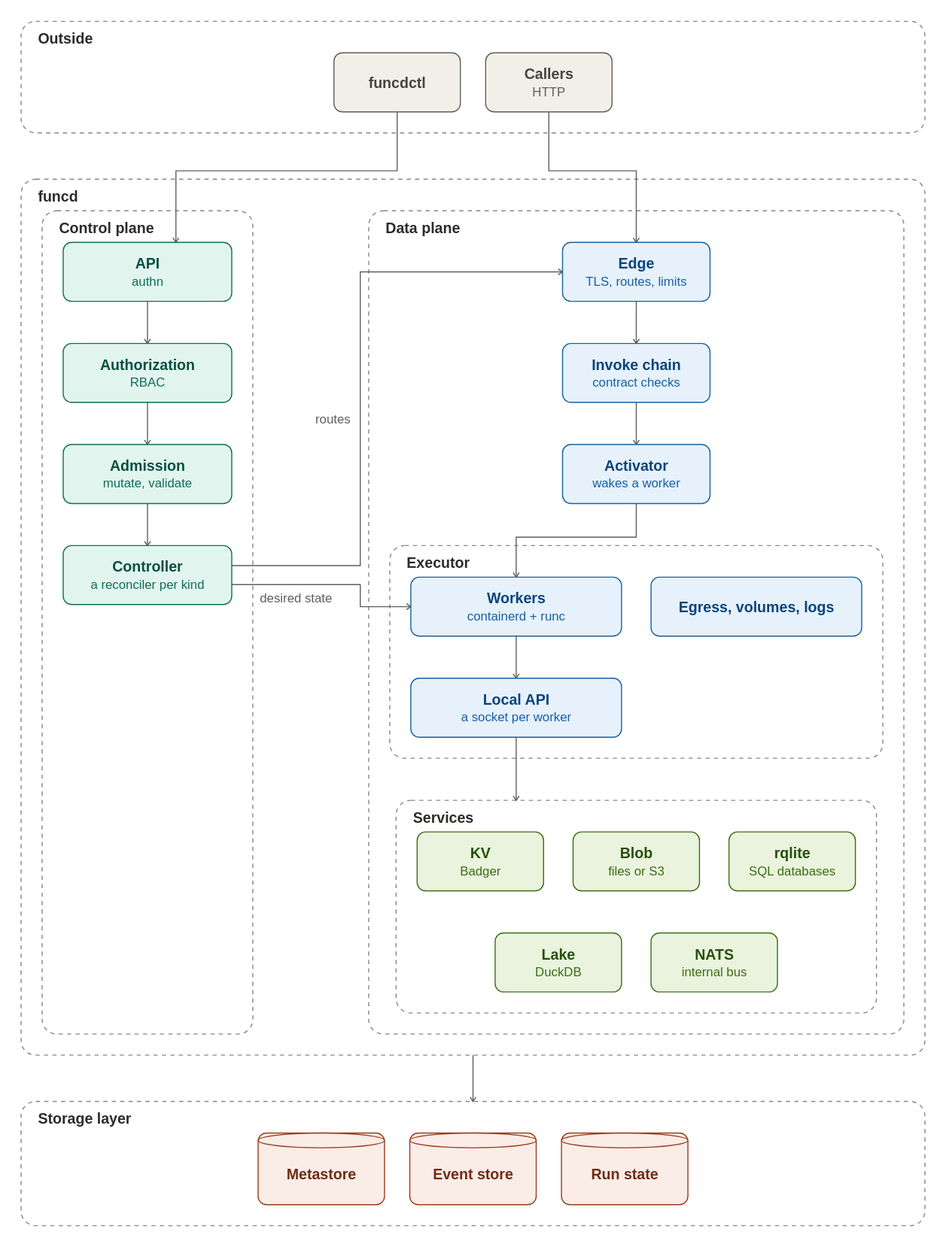
pyvvo/funcd keeps this draw.io diagram as docs/guide/platform/architecture/architecture.drawio.svg. Above is the earlier version. Source tidied: cells renumbered, new cells last; positions are measured from the earlier drawing's top-left corner, leaving out a move shared by most shapes. Its diagram source:
```xml
<mxGraphModel>
  <root>
    <mxCell id="0" />
    <mxCell id="1" parent="0" />
    <mxCell id="2" value="Outside" style="rounded=1;absoluteArcSize=1;arcSize=28;dashed=1;fillColor=none;strokeColor=#888780;fontStyle=1;fontSize=14;fontColor=#2C2C2A;align=left;verticalAlign=top;spacingLeft=10;spacingTop=2;html=1;" parent="1" vertex="1">
      <mxGeometry width="858" height="106" as="geometry" />
    </mxCell>
    <mxCell id="3" value="&lt;b&gt;funcdctl&lt;/b&gt;" style="rounded=1;absoluteArcSize=1;arcSize=16;whiteSpace=wrap;html=1;fillColor=#F1EFE8;strokeColor=#5F5E5A;fontColor=#444441;fontSize=14;" parent="2" vertex="1">
      <mxGeometry x="297" y="30" width="120" height="56" as="geometry" />
    </mxCell>
    <mxCell id="4" value="&lt;b&gt;Callers&lt;/b&gt;&lt;br&gt;&lt;font style=&quot;font-size:12px&quot; color=&quot;#5F5E5A&quot;&gt;HTTP&lt;/font&gt;" style="rounded=1;absoluteArcSize=1;arcSize=16;whiteSpace=wrap;html=1;fillColor=#F1EFE8;strokeColor=#5F5E5A;fontColor=#444441;fontSize=14;" parent="2" vertex="1">
      <mxGeometry x="441" y="30" width="120" height="56" as="geometry" />
    </mxCell>
    <mxCell id="5" value="funcd" style="rounded=1;absoluteArcSize=1;arcSize=28;dashed=1;fillColor=none;strokeColor=#888780;fontStyle=1;fontSize=14;fontColor=#2C2C2A;align=left;verticalAlign=top;spacingLeft=10;spacingTop=2;html=1;" parent="1" vertex="1">
      <mxGeometry y="150" width="858" height="832" as="geometry" />
    </mxCell>
    <mxCell id="6" value="Control plane" style="rounded=1;absoluteArcSize=1;arcSize=28;dashed=1;fillColor=none;strokeColor=#888780;fontStyle=1;fontSize=14;fontColor=#2C2C2A;align=left;verticalAlign=top;spacingLeft=10;spacingTop=2;html=1;" parent="5" vertex="1">
      <mxGeometry x="20" y="30" width="200" height="782" as="geometry" />
    </mxCell>
    <mxCell id="7" value="&lt;b&gt;API&lt;/b&gt;&lt;br&gt;&lt;font style=&quot;font-size:12px&quot; color=&quot;#0F6E56&quot;&gt;authn&lt;/font&gt;" style="rounded=1;absoluteArcSize=1;arcSize=16;whiteSpace=wrap;html=1;fillColor=#E1F5EE;strokeColor=#0F6E56;fontColor=#085041;fontSize=14;" parent="6" vertex="1">
      <mxGeometry x="20" y="30" width="160" height="56" as="geometry" />
    </mxCell>
    <mxCell id="8" value="&lt;b&gt;Authorization&lt;/b&gt;&lt;br&gt;&lt;font style=&quot;font-size:12px&quot; color=&quot;#0F6E56&quot;&gt;RBAC&lt;/font&gt;" style="rounded=1;absoluteArcSize=1;arcSize=16;whiteSpace=wrap;html=1;fillColor=#E1F5EE;strokeColor=#0F6E56;fontColor=#085041;fontSize=14;" parent="6" vertex="1">
      <mxGeometry x="20" y="126" width="160" height="56" as="geometry" />
    </mxCell>
    <mxCell id="9" value="&lt;b&gt;Admission&lt;/b&gt;&lt;br&gt;&lt;font style=&quot;font-size:12px&quot; color=&quot;#0F6E56&quot;&gt;mutate, validate&lt;/font&gt;" style="rounded=1;absoluteArcSize=1;arcSize=16;whiteSpace=wrap;html=1;fillColor=#E1F5EE;strokeColor=#0F6E56;fontColor=#085041;fontSize=14;" parent="6" vertex="1">
      <mxGeometry x="20" y="222" width="160" height="56" as="geometry" />
    </mxCell>
    <mxCell id="10" value="&lt;b&gt;Controller&lt;/b&gt;&lt;br&gt;&lt;font style=&quot;font-size:12px&quot; color=&quot;#0F6E56&quot;&gt;a reconciler per kind&lt;/font&gt;" style="rounded=1;absoluteArcSize=1;arcSize=16;whiteSpace=wrap;html=1;fillColor=#E1F5EE;strokeColor=#0F6E56;fontColor=#085041;fontSize=14;" parent="6" vertex="1">
      <mxGeometry x="20" y="318" width="160" height="56" as="geometry" />
    </mxCell>
    <mxCell id="11" value="Data plane" style="rounded=1;absoluteArcSize=1;arcSize=28;dashed=1;fillColor=none;strokeColor=#888780;fontStyle=1;fontSize=14;fontColor=#2C2C2A;align=left;verticalAlign=top;spacingLeft=10;spacingTop=2;html=1;" parent="5" vertex="1">
      <mxGeometry x="330" y="30" width="508" height="782" as="geometry" />
    </mxCell>
    <mxCell id="12" value="&lt;b&gt;Edge&lt;/b&gt;&lt;br&gt;&lt;font style=&quot;font-size:12px&quot; color=&quot;#185FA5&quot;&gt;TLS, routes, limits&lt;/font&gt;" style="rounded=1;absoluteArcSize=1;arcSize=16;whiteSpace=wrap;html=1;fillColor=#E6F1FB;strokeColor=#185FA5;fontColor=#0C447C;fontSize=14;" parent="11" vertex="1">
      <mxGeometry x="184" y="30" width="140" height="56" as="geometry" />
    </mxCell>
    <mxCell id="13" value="&lt;b&gt;Invoke chain&lt;/b&gt;&lt;br&gt;&lt;font style=&quot;font-size:12px&quot; color=&quot;#185FA5&quot;&gt;contract checks&lt;/font&gt;" style="rounded=1;absoluteArcSize=1;arcSize=16;whiteSpace=wrap;html=1;fillColor=#E6F1FB;strokeColor=#185FA5;fontColor=#0C447C;fontSize=14;" parent="11" vertex="1">
      <mxGeometry x="184" y="126" width="140" height="56" as="geometry" />
    </mxCell>
    <mxCell id="14" value="&lt;b&gt;Activator&lt;/b&gt;&lt;br&gt;&lt;font style=&quot;font-size:12px&quot; color=&quot;#185FA5&quot;&gt;wakes a worker&lt;/font&gt;" style="rounded=1;absoluteArcSize=1;arcSize=16;whiteSpace=wrap;html=1;fillColor=#E6F1FB;strokeColor=#185FA5;fontColor=#0C447C;fontSize=14;" parent="11" vertex="1">
      <mxGeometry x="184" y="222" width="140" height="56" as="geometry" />
    </mxCell>
    <mxCell id="15" value="Executor" style="rounded=1;absoluteArcSize=1;arcSize=28;dashed=1;fillColor=none;strokeColor=#888780;fontStyle=1;fontSize=14;fontColor=#2C2C2A;align=left;verticalAlign=top;spacingLeft=10;spacingTop=2;html=1;" parent="11" vertex="1">
      <mxGeometry x="20" y="318" width="468" height="202" as="geometry" />
    </mxCell>
    <mxCell id="16" value="&lt;b&gt;Workers&lt;/b&gt;&lt;br&gt;&lt;font style=&quot;font-size:12px&quot; color=&quot;#185FA5&quot;&gt;containerd + runc&lt;/font&gt;" style="rounded=1;absoluteArcSize=1;arcSize=16;whiteSpace=wrap;html=1;fillColor=#E6F1FB;strokeColor=#185FA5;fontColor=#0C447C;fontSize=14;" parent="15" vertex="1">
      <mxGeometry x="20" y="30" width="200" height="56" as="geometry" />
    </mxCell>
    <mxCell id="17" value="&lt;b&gt;Local API&lt;/b&gt;&lt;br&gt;&lt;font style=&quot;font-size:12px&quot; color=&quot;#185FA5&quot;&gt;a socket per worker&lt;/font&gt;" style="rounded=1;absoluteArcSize=1;arcSize=16;whiteSpace=wrap;html=1;fillColor=#E6F1FB;strokeColor=#185FA5;fontColor=#0C447C;fontSize=14;" parent="15" vertex="1">
      <mxGeometry x="20" y="126" width="200" height="56" as="geometry" />
    </mxCell>
    <mxCell id="18" value="&lt;b&gt;Egress, volumes, logs&lt;/b&gt;" style="rounded=1;absoluteArcSize=1;arcSize=16;whiteSpace=wrap;html=1;fillColor=#E6F1FB;strokeColor=#185FA5;fontColor=#0C447C;fontSize=14;" parent="15" vertex="1">
      <mxGeometry x="248" y="30" width="200" height="56" as="geometry" />
    </mxCell>
    <mxCell id="19" value="Services" style="rounded=1;absoluteArcSize=1;arcSize=28;dashed=1;fillColor=none;strokeColor=#888780;fontStyle=1;fontSize=14;fontColor=#2C2C2A;align=left;verticalAlign=top;spacingLeft=10;spacingTop=2;html=1;" parent="11" vertex="1">
      <mxGeometry x="26" y="560" width="456" height="202" as="geometry" />
    </mxCell>
    <mxCell id="20" value="&lt;b&gt;KV&lt;/b&gt;&lt;br&gt;&lt;font style=&quot;font-size:12px&quot; color=&quot;#3B6D11&quot;&gt;Badger&lt;/font&gt;" style="rounded=1;absoluteArcSize=1;arcSize=16;whiteSpace=wrap;html=1;fillColor=#EAF3DE;strokeColor=#3B6D11;fontColor=#27500A;fontSize=14;" parent="19" vertex="1">
      <mxGeometry x="20" y="30" width="120" height="56" as="geometry" />
    </mxCell>
    <mxCell id="21" value="&lt;b&gt;Blob&lt;/b&gt;&lt;br&gt;&lt;font style=&quot;font-size:12px&quot; color=&quot;#3B6D11&quot;&gt;files or S3&lt;/font&gt;" style="rounded=1;absoluteArcSize=1;arcSize=16;whiteSpace=wrap;html=1;fillColor=#EAF3DE;strokeColor=#3B6D11;fontColor=#27500A;fontSize=14;" parent="19" vertex="1">
      <mxGeometry x="168" y="30" width="120" height="56" as="geometry" />
    </mxCell>
    <mxCell id="22" value="&lt;b&gt;rqlite&lt;/b&gt;&lt;br&gt;&lt;font style=&quot;font-size:12px&quot; color=&quot;#3B6D11&quot;&gt;SQL databases&lt;/font&gt;" style="rounded=1;absoluteArcSize=1;arcSize=16;whiteSpace=wrap;html=1;fillColor=#EAF3DE;strokeColor=#3B6D11;fontColor=#27500A;fontSize=14;" parent="19" vertex="1">
      <mxGeometry x="316" y="30" width="120" height="56" as="geometry" />
    </mxCell>
    <mxCell id="23" value="&lt;b&gt;Lake&lt;/b&gt;&lt;br&gt;&lt;font style=&quot;font-size:12px&quot; color=&quot;#3B6D11&quot;&gt;DuckDB&lt;/font&gt;" style="rounded=1;absoluteArcSize=1;arcSize=16;whiteSpace=wrap;html=1;fillColor=#EAF3DE;strokeColor=#3B6D11;fontColor=#27500A;fontSize=14;" parent="19" vertex="1">
      <mxGeometry x="94" y="126" width="120" height="56" as="geometry" />
    </mxCell>
    <mxCell id="24" value="&lt;b&gt;NATS&lt;/b&gt;&lt;br&gt;&lt;font style=&quot;font-size:12px&quot; color=&quot;#3B6D11&quot;&gt;internal bus&lt;/font&gt;" style="rounded=1;absoluteArcSize=1;arcSize=16;whiteSpace=wrap;html=1;fillColor=#EAF3DE;strokeColor=#3B6D11;fontColor=#27500A;fontSize=14;" parent="19" vertex="1">
      <mxGeometry x="242" y="126" width="120" height="56" as="geometry" />
    </mxCell>
    <mxCell id="25" value="Storage layer" style="rounded=1;absoluteArcSize=1;arcSize=28;dashed=1;fillColor=none;strokeColor=#888780;fontStyle=1;fontSize=14;fontColor=#2C2C2A;align=left;verticalAlign=top;spacingLeft=10;spacingTop=2;html=1;" parent="1" vertex="1">
      <mxGeometry y="1026" width="858" height="118" as="geometry" />
    </mxCell>
    <mxCell id="26" value="&lt;b&gt;Metastore&lt;/b&gt;" style="shape=cylinder3;boundedLbl=1;size=8;whiteSpace=wrap;html=1;fillColor=#FAECE7;strokeColor=#993C1D;fontColor=#712B13;fontSize=14;" parent="25" vertex="1">
      <mxGeometry x="225" y="30" width="120" height="68" as="geometry" />
    </mxCell>
    <mxCell id="27" value="&lt;b&gt;Event store&lt;/b&gt;" style="shape=cylinder3;boundedLbl=1;size=8;whiteSpace=wrap;html=1;fillColor=#FAECE7;strokeColor=#993C1D;fontColor=#712B13;fontSize=14;" parent="25" vertex="1">
      <mxGeometry x="369" y="30" width="120" height="68" as="geometry" />
    </mxCell>
    <mxCell id="28" value="&lt;b&gt;Run state&lt;/b&gt;" style="shape=cylinder3;boundedLbl=1;size=8;whiteSpace=wrap;html=1;fillColor=#FAECE7;strokeColor=#993C1D;fontColor=#712B13;fontSize=14;" parent="25" vertex="1">
      <mxGeometry x="513" y="30" width="120" height="68" as="geometry" />
    </mxCell>
    <mxCell id="29" style="edgeStyle=orthogonalEdgeStyle;rounded=0;html=1;jettySize=auto;strokeColor=#5F5E5A;fontColor=#5F5E5A;fontSize=12;labelBackgroundColor=#FFFFFF;endSize=7;endArrow=open;endFill=0;exitX=0.5;exitY=1;exitDx=0;exitDy=0;exitPerimeter=0;entryX=0.669;entryY=0;entryDx=0;entryDy=0;entryPerimeter=0;" parent="1" edge="1" source="3" target="7">
      <mxGeometry relative="1" as="geometry">
        <Array as="points">
          <mxPoint x="357" y="142" />
          <mxPoint x="147" y="142" />
        </Array>
      </mxGeometry>
    </mxCell>
    <mxCell id="30" style="edgeStyle=orthogonalEdgeStyle;rounded=0;html=1;jettySize=auto;strokeColor=#5F5E5A;fontColor=#5F5E5A;fontSize=12;labelBackgroundColor=#FFFFFF;endSize=7;endArrow=open;endFill=0;exitX=0.5;exitY=1;exitDx=0;exitDy=0;exitPerimeter=0;entryX=0.5;entryY=0;entryDx=0;entryDy=0;entryPerimeter=0;" parent="1" edge="1" source="7" target="8">
      <mxGeometry relative="1" as="geometry" />
    </mxCell>
    <mxCell id="31" style="edgeStyle=orthogonalEdgeStyle;rounded=0;html=1;jettySize=auto;strokeColor=#5F5E5A;fontColor=#5F5E5A;fontSize=12;labelBackgroundColor=#FFFFFF;endSize=7;endArrow=open;endFill=0;exitX=0.5;exitY=1;exitDx=0;exitDy=0;exitPerimeter=0;entryX=0.5;entryY=0;entryDx=0;entryDy=0;entryPerimeter=0;" parent="1" edge="1" source="8" target="9">
      <mxGeometry relative="1" as="geometry" />
    </mxCell>
    <mxCell id="32" style="edgeStyle=orthogonalEdgeStyle;rounded=0;html=1;jettySize=auto;strokeColor=#5F5E5A;fontColor=#5F5E5A;fontSize=12;labelBackgroundColor=#FFFFFF;endSize=7;endArrow=open;endFill=0;exitX=0.5;exitY=1;exitDx=0;exitDy=0;exitPerimeter=0;entryX=0.5;entryY=0;entryDx=0;entryDy=0;entryPerimeter=0;" parent="1" edge="1" source="9" target="10">
      <mxGeometry relative="1" as="geometry" />
    </mxCell>
    <mxCell id="33" value="routes" style="edgeStyle=orthogonalEdgeStyle;rounded=0;html=1;jettySize=auto;strokeColor=#5F5E5A;fontColor=#5F5E5A;fontSize=12;labelBackgroundColor=#FFFFFF;endSize=7;endArrow=open;endFill=0;exitX=1;exitY=0.339;exitDx=0;exitDy=0;exitPerimeter=0;entryX=0;entryY=0.5;entryDx=0;entryDy=0;entryPerimeter=0;" parent="1" edge="1" source="10" target="12">
      <mxGeometry x="-0.12" relative="1" as="geometry">
        <Array as="points">
          <mxPoint x="322" y="517" />
          <mxPoint x="322" y="238" />
        </Array>
        <mxPoint x="-26" as="offset" />
      </mxGeometry>
    </mxCell>
    <mxCell id="34" value="desired state" style="edgeStyle=orthogonalEdgeStyle;rounded=0;html=1;jettySize=auto;strokeColor=#5F5E5A;fontColor=#5F5E5A;fontSize=12;labelBackgroundColor=#FFFFFF;endSize=7;endArrow=open;endFill=0;exitX=1;exitY=0.661;exitDx=0;exitDy=0;exitPerimeter=0;entryX=0;entryY=0.5;entryDx=0;entryDy=0;entryPerimeter=0;" parent="1" edge="1" source="10" target="16">
      <mxGeometry x="-0.36" relative="1" as="geometry">
        <Array as="points">
          <mxPoint x="322" y="535" />
          <mxPoint x="322" y="556" />
        </Array>
        <mxPoint y="13" as="offset" />
      </mxGeometry>
    </mxCell>
    <mxCell id="35" style="edgeStyle=orthogonalEdgeStyle;rounded=0;html=1;jettySize=auto;strokeColor=#5F5E5A;fontColor=#5F5E5A;fontSize=12;labelBackgroundColor=#FFFFFF;endSize=7;endArrow=open;endFill=0;exitX=0.5;exitY=1;exitDx=0;exitDy=0;exitPerimeter=0;entryX=0.5;entryY=0;entryDx=0;entryDy=0;entryPerimeter=0;" parent="1" edge="1" source="4" target="12">
      <mxGeometry relative="1" as="geometry">
        <Array as="points">
          <mxPoint x="501" y="142" />
          <mxPoint x="584" y="142" />
        </Array>
      </mxGeometry>
    </mxCell>
    <mxCell id="36" style="edgeStyle=orthogonalEdgeStyle;rounded=0;html=1;jettySize=auto;strokeColor=#5F5E5A;fontColor=#5F5E5A;fontSize=12;labelBackgroundColor=#FFFFFF;endSize=7;endArrow=open;endFill=0;exitX=0.5;exitY=1;exitDx=0;exitDy=0;exitPerimeter=0;entryX=0.5;entryY=0;entryDx=0;entryDy=0;entryPerimeter=0;" parent="1" edge="1" source="12" target="13">
      <mxGeometry relative="1" as="geometry" />
    </mxCell>
    <mxCell id="37" style="edgeStyle=orthogonalEdgeStyle;rounded=0;html=1;jettySize=auto;strokeColor=#5F5E5A;fontColor=#5F5E5A;fontSize=12;labelBackgroundColor=#FFFFFF;endSize=7;endArrow=open;endFill=0;exitX=0.5;exitY=1;exitDx=0;exitDy=0;exitPerimeter=0;entryX=0.5;entryY=0;entryDx=0;entryDy=0;entryPerimeter=0;" parent="1" edge="1" source="13" target="14">
      <mxGeometry relative="1" as="geometry" />
    </mxCell>
    <mxCell id="38" style="edgeStyle=orthogonalEdgeStyle;rounded=0;html=1;jettySize=auto;strokeColor=#5F5E5A;fontColor=#5F5E5A;fontSize=12;labelBackgroundColor=#FFFFFF;endSize=7;endArrow=open;endFill=0;exitX=0.5;exitY=1;exitDx=0;exitDy=0;exitPerimeter=0;entryX=0.5;entryY=0;entryDx=0;entryDy=0;entryPerimeter=0;" parent="1" edge="1" source="14" target="16">
      <mxGeometry relative="1" as="geometry">
        <Array as="points">
          <mxPoint x="584" y="490" />
          <mxPoint x="470" y="490" />
        </Array>
      </mxGeometry>
    </mxCell>
    <mxCell id="39" style="edgeStyle=orthogonalEdgeStyle;rounded=0;html=1;jettySize=auto;strokeColor=#5F5E5A;fontColor=#5F5E5A;fontSize=12;labelBackgroundColor=#FFFFFF;endSize=7;endArrow=open;endFill=0;exitX=0.5;exitY=1;exitDx=0;exitDy=0;exitPerimeter=0;entryX=0.5;entryY=0;entryDx=0;entryDy=0;entryPerimeter=0;" parent="1" edge="1" source="16" target="17">
      <mxGeometry relative="1" as="geometry" />
    </mxCell>
    <mxCell id="40" style="edgeStyle=orthogonalEdgeStyle;rounded=0;html=1;jettySize=auto;strokeColor=#5F5E5A;fontColor=#5F5E5A;fontSize=12;labelBackgroundColor=#FFFFFF;endSize=7;endArrow=open;endFill=0;exitX=0.5;exitY=1;exitDx=0;exitDy=0;exitPerimeter=0;entryX=0.25;entryY=0;entryDx=0;entryDy=0;entryPerimeter=0;" parent="1" edge="1" source="17" target="19">
      <mxGeometry relative="1" as="geometry" />
    </mxCell>
    <mxCell id="41" style="edgeStyle=orthogonalEdgeStyle;rounded=0;html=1;jettySize=auto;strokeColor=#5F5E5A;fontColor=#5F5E5A;fontSize=12;labelBackgroundColor=#FFFFFF;endSize=7;endArrow=open;endFill=0;exitX=0.5;exitY=1;exitDx=0;exitDy=0;exitPerimeter=0;entryX=0.5;entryY=0;entryDx=0;entryDy=0;entryPerimeter=0;" parent="1" edge="1" source="5" target="25">
      <mxGeometry relative="1" as="geometry" />
    </mxCell>
  </root>
</mxGraphModel>
```
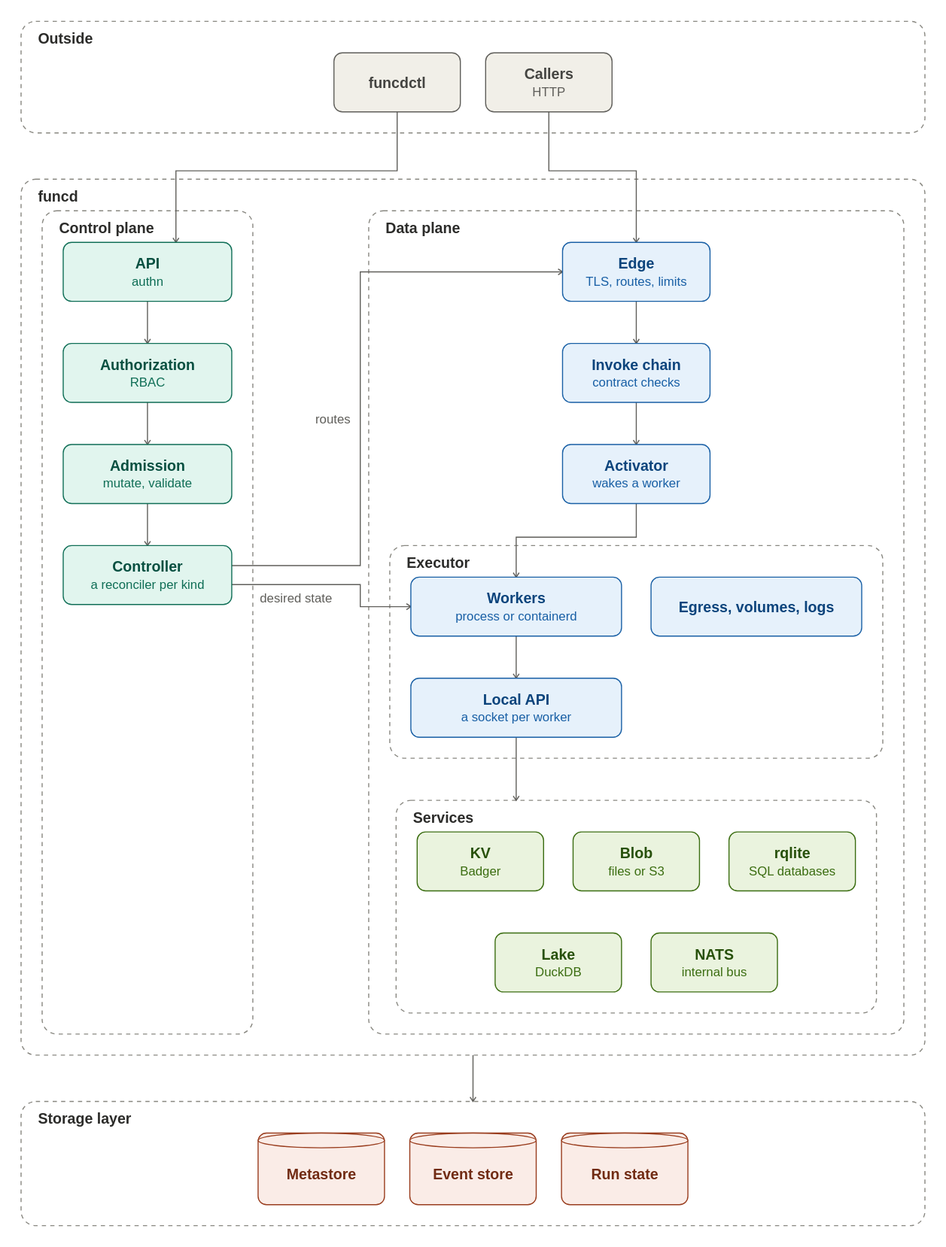
The same file after the commit.

Change to the diagram source:
```diff
@@ -44,7 +44,7 @@
     <mxCell id="15" value="Executor" style="rounded=1;absoluteArcSize=1;arcSize=28;dashed=1;fillColor=none;strokeColor=#888780;fontStyle=1;fontSize=14;fontColor=#2C2C2A;align=left;verticalAlign=top;spacingLeft=10;spacingTop=2;html=1;" parent="11" vertex="1">
       <mxGeometry x="20" y="318" width="468" height="202" as="geometry" />
     </mxCell>
-    <mxCell id="16" value="&lt;b&gt;Workers&lt;/b&gt;&lt;br&gt;&lt;font style=&quot;font-size:12px&quot; color=&quot;#185FA5&quot;&gt;containerd + runc&lt;/font&gt;" style="rounded=1;absoluteArcSize=1;arcSize=16;whiteSpace=wrap;html=1;fillColor=#E6F1FB;strokeColor=#185FA5;fontColor=#0C447C;fontSize=14;" parent="15" vertex="1">
+    <mxCell id="16" value="&lt;b&gt;Workers&lt;/b&gt;&lt;br&gt;&lt;font style=&quot;font-size:12px&quot; color=&quot;#185FA5&quot;&gt;process or containerd&lt;/font&gt;" style="rounded=1;absoluteArcSize=1;arcSize=16;whiteSpace=wrap;html=1;fillColor=#E6F1FB;strokeColor=#185FA5;fontColor=#0C447C;fontSize=14;" parent="15" vertex="1">
       <mxGeometry x="20" y="30" width="200" height="56" as="geometry" />
     </mxCell>
     <mxCell id="17" value="&lt;b&gt;Local API&lt;/b&gt;&lt;br&gt;&lt;font style=&quot;font-size:12px&quot; color=&quot;#185FA5&quot;&gt;a socket per worker&lt;/font&gt;" style="rounded=1;absoluteArcSize=1;arcSize=16;whiteSpace=wrap;html=1;fillColor=#E6F1FB;strokeColor=#185FA5;fontColor=#0C447C;fontSize=14;" parent="15" vertex="1">
```
